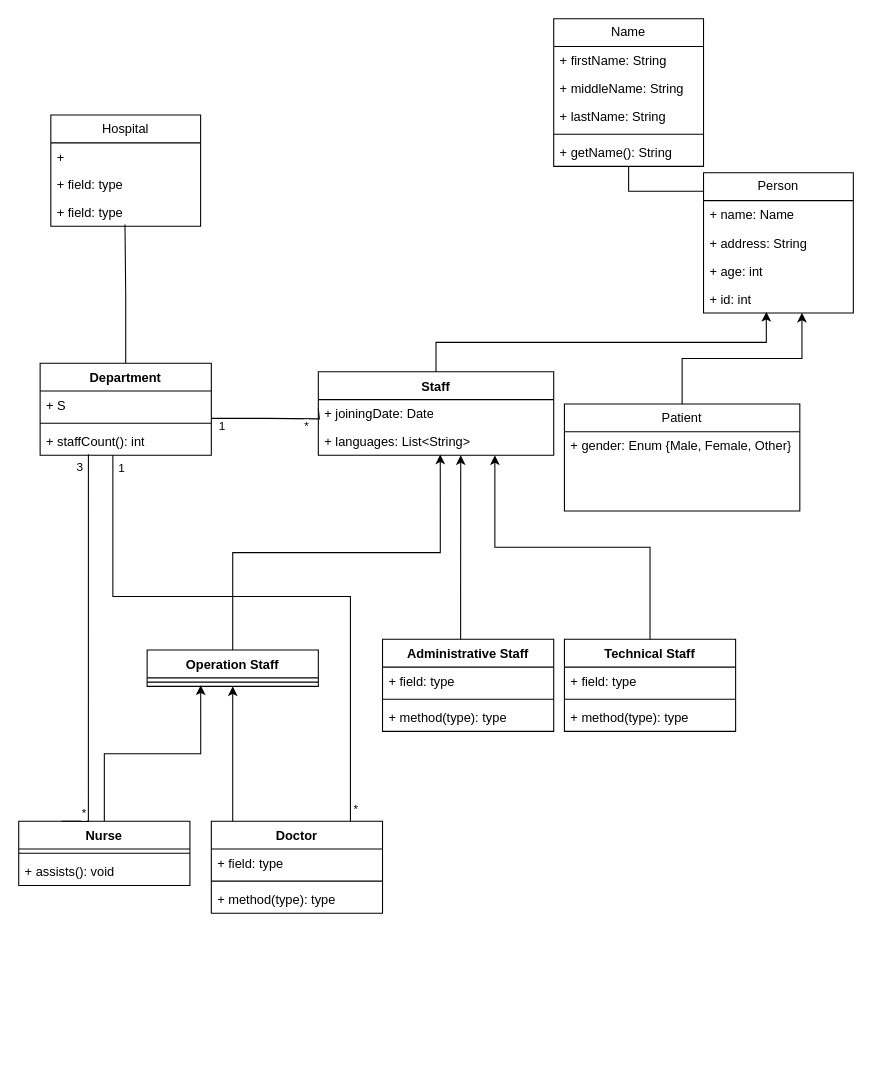
Earlier version of the draw.io diagram Biểu đồ không có tiêu đề.drawio (manhneee/database). Source tidied: cells renumbered, new cells numbered last; positions are measured from the earlier drawing's top-left corner, leaving out a move shared by most shapes. Both pictures are drawn from the tidied source at 107%, with x=0, y=0 at pixel (18, 18).
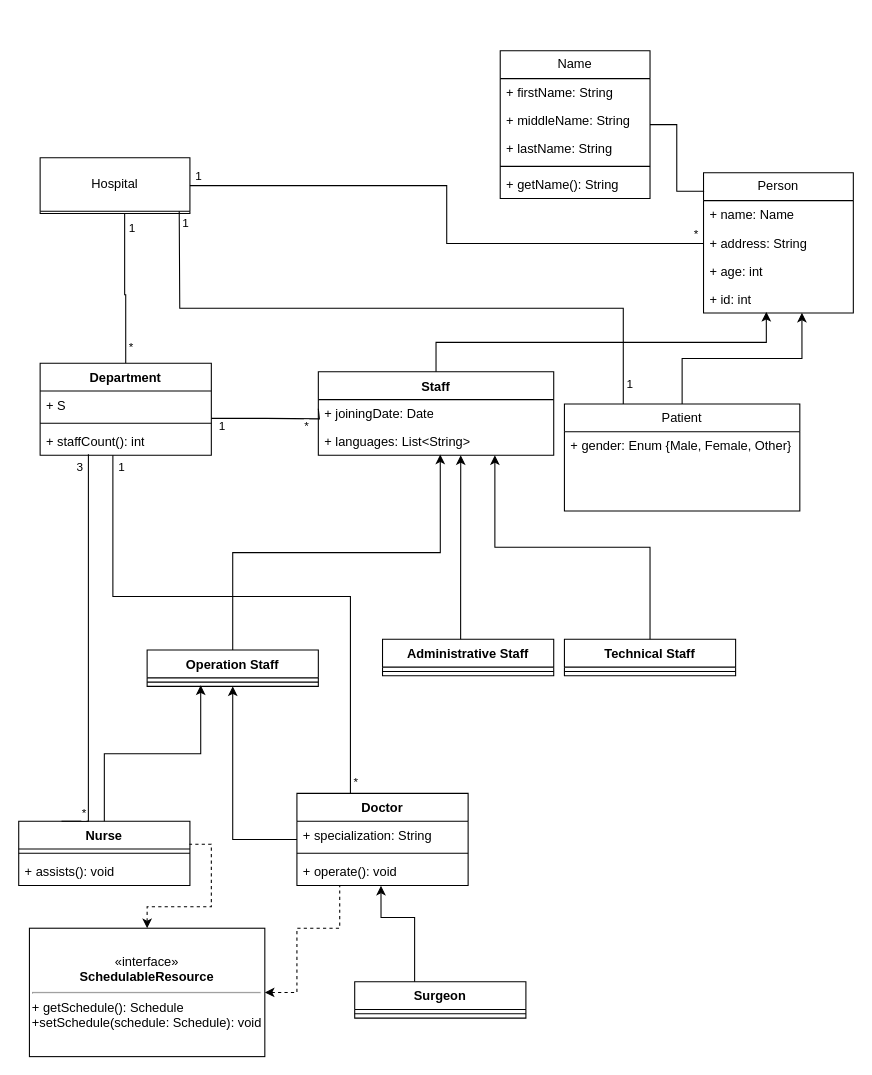
The same diagram, later.

Unchanged cells that the change refers to:
```xml
<mxCell id="8" value="+ address: String" style="text;strokeColor=none;fillColor=none;align=left;verticalAlign=top;spacingLeft=4;spacingRight=4;overflow=hidden;points=[[0,0.5],[1,0.5]];portConstraint=eastwest;whiteSpace=wrap;html=1;" parent="6" vertex="1">
  <mxGeometry y="53" width="140" height="26" as="geometry" />
</mxCell>
<mxCell id="11" value="Patient" style="swimlane;fontStyle=0;horizontal=1;startSize=26;fillColor=none;whiteSpace=wrap;html=1;" parent="1" vertex="1">
  <mxGeometry x="510" y="360" width="220" height="100" as="geometry" />
</mxCell>
<mxCell id="16" value="Nurse" style="swimlane;fontStyle=1;align=center;verticalAlign=top;horizontal=1;startSize=26;whiteSpace=wrap;html=1;" parent="1" vertex="1">
  <mxGeometry y="750" width="160" height="60" as="geometry" />
</mxCell>
<mxCell id="20" value="Department" style="swimlane;fontStyle=1;align=center;verticalAlign=top;horizontal=1;startSize=26;whiteSpace=wrap;html=1;" parent="1" vertex="1">
  <mxGeometry x="20" y="322" width="160" height="86" as="geometry" />
</mxCell>
```

Diff of the diagram source:
```diff
@@
-    <mxCell id="2" value="Hospital" style="swimlane;fontStyle=0;horizontal=1;startSize=26;fillColor=none;whiteSpace=wrap;html=1;" parent="1" vertex="1">
-      <mxGeometry x="30" y="90" width="140" height="104" as="geometry" />
+    <mxCell id="2" value="Hospital" style="swimlane;fontStyle=0;horizontal=1;startSize=50;fillColor=none;whiteSpace=wrap;html=1;" parent="1" vertex="1">
+      <mxGeometry x="20" y="130" width="140" height="52" as="geometry" />
     </mxCell>
-    <mxCell id="3" value="+&amp;nbsp;" style="text;strokeColor=none;fillColor=none;align=left;verticalAlign=top;spacingLeft=4;spacingRight=4;overflow=hidden;whiteSpace=wrap;html=1;" parent="2" vertex="1">
-      <mxGeometry y="26" width="140" height="26" as="geometry" />
-    </mxCell>
-    <mxCell id="4" value="+ field: type" style="text;strokeColor=none;fillColor=none;align=left;verticalAlign=top;spacingLeft=4;spacingRight=4;overflow=hidden;whiteSpace=wrap;html=1;" parent="2" vertex="1">
-      <mxGeometry y="52" width="140" height="26" as="geometry" />
-    </mxCell>
-    <mxCell id="5" value="+ field: type" style="text;strokeColor=none;fillColor=none;align=left;verticalAlign=top;spacingLeft=4;spacingRight=4;overflow=hidden;points=[[0,0.5],[1,0.5]];portConstraint=eastwest;whiteSpace=wrap;html=1;" parent="2" vertex="1">
-      <mxGeometry y="78" width="140" height="26" as="geometry" />
-    </mxCell>
@@
-    <mxCell id="19" style="edgeStyle=orthogonalEdgeStyle;rounded=0;jettySize=auto;html=1;exitX=0.5;exitY=0;exitDx=0;exitDy=0;entryX=0.495;entryY=0.933;entryDx=0;entryDy=0;entryPerimeter=0;endArrow=none;endFill=0;" parent="1" edge="1" source="20" target="5">
+    <mxCell id="19" style="edgeStyle=orthogonalEdgeStyle;rounded=0;jettySize=auto;html=1;exitX=0.5;exitY=0;exitDx=0;exitDy=0;entryX=0.5;entryY=1;entryDx=0;entryDy=0;endArrow=none;endFill=0;" parent="1" edge="1" source="20" target="2">
       <mxGeometry relative="1" as="geometry">
         <Array as="points">
           <mxPoint x="100" y="258" />
           <mxPoint x="99" y="258" />
+          <mxPoint x="99" y="182" />
         </Array>
       </mxGeometry>
     </mxCell>
+    <mxCell id="61" value="1" style="edgeLabel;html=1;align=center;verticalAlign=middle;" parent="19" vertex="1">
+      <mxGeometry x="0.34" relative="1" as="geometry">
+        <mxPoint x="6" y="-27" as="offset" />
+      </mxGeometry>
+    </mxCell>
+    <mxCell id="62" value="*" style="edgeLabel;html=1;align=center;verticalAlign=middle;" parent="19" vertex="1">
+      <mxGeometry x="-0.74" y="-2" relative="1" as="geometry">
+        <mxPoint x="2" y="4" as="offset" />
+      </mxGeometry>
+    </mxCell>
@@
     <mxCell id="24" value="Name" style="swimlane;fontStyle=0;horizontal=1;startSize=26;fillColor=none;whiteSpace=wrap;html=1;" parent="1" vertex="1">
-      <mxGeometry x="500" width="140" height="138" as="geometry" />
+      <mxGeometry x="450" y="30" width="140" height="138" as="geometry" />
     </mxCell>
@@
     <mxCell id="37" value="Doctor" style="swimlane;fontStyle=1;align=center;verticalAlign=top;horizontal=1;startSize=26;whiteSpace=wrap;html=1;" parent="1" vertex="1">
-      <mxGeometry x="180" y="750" width="160" height="86" as="geometry" />
+      <mxGeometry x="260" y="724" width="160" height="86" as="geometry" />
     </mxCell>
-    <mxCell id="38" value="+ field: type" style="text;strokeColor=none;fillColor=none;align=left;verticalAlign=top;spacingLeft=4;spacingRight=4;overflow=hidden;whiteSpace=wrap;html=1;" parent="37" vertex="1">
+    <mxCell id="38" value="+ specialization: String" style="text;strokeColor=none;fillColor=none;align=left;verticalAlign=top;spacingLeft=4;spacingRight=4;overflow=hidden;whiteSpace=wrap;html=1;" parent="37" vertex="1">
       <mxGeometry y="26" width="160" height="26" as="geometry" />
     </mxCell>
@@
-    <mxCell id="40" value="+ method(type): type" style="text;strokeColor=none;fillColor=none;align=left;verticalAlign=top;spacingLeft=4;spacingRight=4;overflow=hidden;points=[[0,0.5],[1,0.5]];portConstraint=eastwest;whiteSpace=wrap;html=1;" parent="37" vertex="1">
+    <mxCell id="40" value="+ operate(): void" style="text;strokeColor=none;fillColor=none;align=left;verticalAlign=top;spacingLeft=4;spacingRight=4;overflow=hidden;points=[[0,0.5],[1,0.5]];portConstraint=eastwest;whiteSpace=wrap;html=1;" parent="37" vertex="1">
       <mxGeometry y="60" width="160" height="26" as="geometry" />
     </mxCell>
     <mxCell id="41" value="Technical Staff" style="swimlane;fontStyle=1;align=center;verticalAlign=top;horizontal=1;startSize=26;whiteSpace=wrap;html=1;" parent="1" vertex="1">
-      <mxGeometry x="510" y="580" width="160" height="86" as="geometry" />
+      <mxGeometry x="510" y="580" width="160" height="34" as="geometry" />
     </mxCell>
-    <mxCell id="42" value="+ field: type" style="text;strokeColor=none;fillColor=none;align=left;verticalAlign=top;spacingLeft=4;spacingRight=4;overflow=hidden;whiteSpace=wrap;html=1;" parent="41" vertex="1">
-      <mxGeometry y="26" width="160" height="26" as="geometry" />
-    </mxCell>
     <mxCell id="43" style="line;strokeWidth=1;fillColor=none;align=left;verticalAlign=middle;spacingTop=-1;spacingLeft=3;spacingRight=3;labelPosition=right;strokeColor=inherit;" parent="41" vertex="1">
-      <mxGeometry y="52" width="160" height="8" as="geometry" />
+      <mxGeometry y="26" width="160" height="8" as="geometry" />
     </mxCell>
-    <mxCell id="44" value="+ method(type): type" style="text;strokeColor=none;fillColor=none;align=left;verticalAlign=top;spacingLeft=4;spacingRight=4;overflow=hidden;whiteSpace=wrap;html=1;" parent="41" vertex="1">
-      <mxGeometry y="60" width="160" height="26" as="geometry" />
-    </mxCell>
     <mxCell id="45" value="Administrative Staff" style="swimlane;fontStyle=1;align=center;verticalAlign=top;horizontal=1;startSize=26;whiteSpace=wrap;html=1;" parent="1" vertex="1">
-      <mxGeometry x="340" y="580" width="160" height="86" as="geometry" />
+      <mxGeometry x="340" y="580" width="160" height="34" as="geometry" />
     </mxCell>
-    <mxCell id="46" value="+ field: type" style="text;strokeColor=none;fillColor=none;align=left;verticalAlign=top;spacingLeft=4;spacingRight=4;overflow=hidden;whiteSpace=wrap;html=1;" parent="45" vertex="1">
-      <mxGeometry y="26" width="160" height="26" as="geometry" />
-    </mxCell>
     <mxCell id="47" style="line;strokeWidth=1;fillColor=none;align=left;verticalAlign=middle;spacingTop=-1;spacingLeft=3;spacingRight=3;labelPosition=right;strokeColor=inherit;" parent="45" vertex="1">
-      <mxGeometry y="52" width="160" height="8" as="geometry" />
+      <mxGeometry y="26" width="160" height="8" as="geometry" />
     </mxCell>
-    <mxCell id="48" value="+ method(type): type" style="text;strokeColor=none;fillColor=none;align=left;verticalAlign=top;spacingLeft=4;spacingRight=4;overflow=hidden;whiteSpace=wrap;html=1;" parent="45" vertex="1">
-      <mxGeometry y="60" width="160" height="26" as="geometry" />
-    </mxCell>
@@
+    <mxCell id="63" style="edgeStyle=orthogonalEdgeStyle;rounded=0;jettySize=auto;html=1;entryX=1;entryY=0.5;entryDx=0;entryDy=0;endArrow=none;endFill=0;" parent="1" edge="1" source="8" target="2">
+      <mxGeometry relative="1" as="geometry" />
+    </mxCell>
+    <mxCell id="64" value="1" style="edgeLabel;html=1;align=center;verticalAlign=middle;" parent="63" vertex="1">
+      <mxGeometry x="0.89" y="2" relative="1" as="geometry">
+        <mxPoint x="-22" y="-12" as="offset" />
+      </mxGeometry>
+    </mxCell>
+    <mxCell id="65" value="*" style="edgeLabel;html=1;align=center;verticalAlign=middle;" parent="63" vertex="1">
+      <mxGeometry x="-0.91" y="1" relative="1" as="geometry">
+        <mxPoint x="16" y="-11" as="offset" />
+      </mxGeometry>
+    </mxCell>
+    <mxCell id="66" style="edgeStyle=orthogonalEdgeStyle;rounded=0;jettySize=auto;html=1;exitX=0.25;exitY=0;exitDx=0;exitDy=0;endArrow=none;endFill=0;" parent="1" edge="1" source="11">
+      <mxGeometry relative="1" as="geometry">
+        <mxPoint x="150" y="180" as="targetPoint" />
+      </mxGeometry>
+    </mxCell>
+    <mxCell id="67" value="1" style="edgeLabel;html=1;align=center;verticalAlign=middle;" parent="66" vertex="1">
+      <mxGeometry x="-0.93" y="1" relative="1" as="geometry">
+        <mxPoint x="6" y="2" as="offset" />
+      </mxGeometry>
+    </mxCell>
+    <mxCell id="68" value="1" style="edgeLabel;html=1;align=center;verticalAlign=middle;" parent="66" vertex="1">
+      <mxGeometry x="0.95" y="2" relative="1" as="geometry">
+        <mxPoint x="7" y="-4" as="offset" />
+      </mxGeometry>
+    </mxCell>
+    <mxCell id="69" value="Surgeon" style="swimlane;fontStyle=1;align=center;verticalAlign=top;horizontal=1;startSize=26;whiteSpace=wrap;html=1;" parent="1" vertex="1">
+      <mxGeometry x="314" y="900" width="160" height="34" as="geometry" />
+    </mxCell>
+    <mxCell id="70" style="line;strokeWidth=1;fillColor=none;align=left;verticalAlign=middle;spacingTop=-1;spacingLeft=3;spacingRight=3;labelPosition=right;strokeColor=inherit;" parent="69" vertex="1">
+      <mxGeometry y="26" width="160" height="8" as="geometry" />
+    </mxCell>
+    <mxCell id="71" style="edgeStyle=orthogonalEdgeStyle;rounded=0;jettySize=auto;html=1;entryX=0.491;entryY=1.013;entryDx=0;entryDy=0;entryPerimeter=0;" parent="1" edge="1" source="69" target="40">
+      <mxGeometry relative="1" as="geometry">
+        <Array as="points">
+          <mxPoint x="370" y="840" />
+          <mxPoint x="339" y="840" />
+        </Array>
+      </mxGeometry>
+    </mxCell>
+    <mxCell id="72" style="edgeStyle=orthogonalEdgeStyle;rounded=0;jettySize=auto;html=1;endArrow=none;endFill=0;entryX=0.997;entryY=0.36;entryDx=0;entryDy=0;entryPerimeter=0;dashed=1;startArrow=classic;startFill=1;" parent="1" edge="1" source="73" target="16">
+      <mxGeometry relative="1" as="geometry" />
+    </mxCell>
+    <mxCell id="73" value="«interface»&lt;br&gt;&lt;b&gt;SchedulableResource&lt;/b&gt;&lt;div&gt;&lt;hr style=&quot;text-align: left;&quot;&gt;&lt;div style=&quot;text-align: left;&quot;&gt;&lt;span style=&quot;background-color: initial;&quot;&gt;+ &lt;/span&gt;&lt;span style=&quot;background-color: initial;&quot;&gt;getSchedule(): Schedule&lt;/span&gt;&lt;/div&gt;&lt;div style=&quot;text-align: left;&quot;&gt;+setSchedule(schedule: Schedule): void&lt;/div&gt;&lt;/div&gt;" style="html=1;whiteSpace=wrap;" parent="1" vertex="1">
+      <mxGeometry x="10" y="850" width="220" height="120" as="geometry" />
+    </mxCell>
+    <mxCell id="74" style="edgeStyle=orthogonalEdgeStyle;rounded=0;jettySize=auto;html=1;exitX=1;exitY=0.5;exitDx=0;exitDy=0;endArrow=none;endFill=0;dashed=1;startArrow=classic;startFill=1;" parent="1" edge="1" source="73">
+      <mxGeometry relative="1" as="geometry">
+        <mxPoint x="300" y="810" as="targetPoint" />
+        <Array as="points">
+          <mxPoint x="260" y="910" />
+          <mxPoint x="260" y="850" />
+          <mxPoint x="300" y="850" />
+        </Array>
+      </mxGeometry>
+    </mxCell>
```
